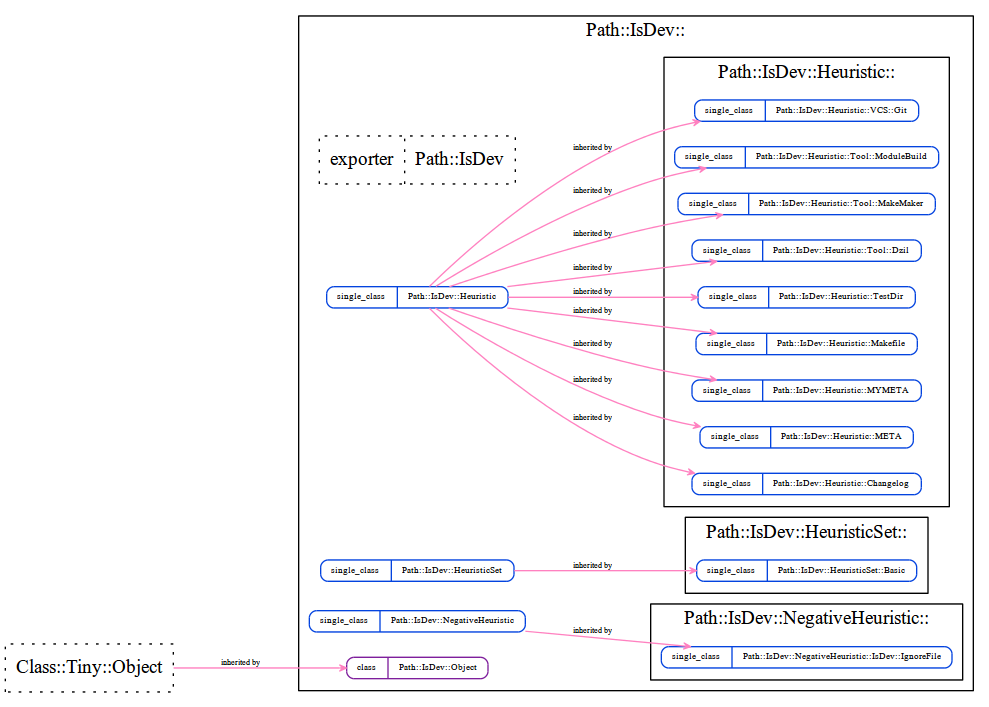
This is layout/self_structure.png from kentnl/Path-IsDev, a Graphviz export, as it was before one commit. Its source is kept beside it as layout/self_structure.dot.
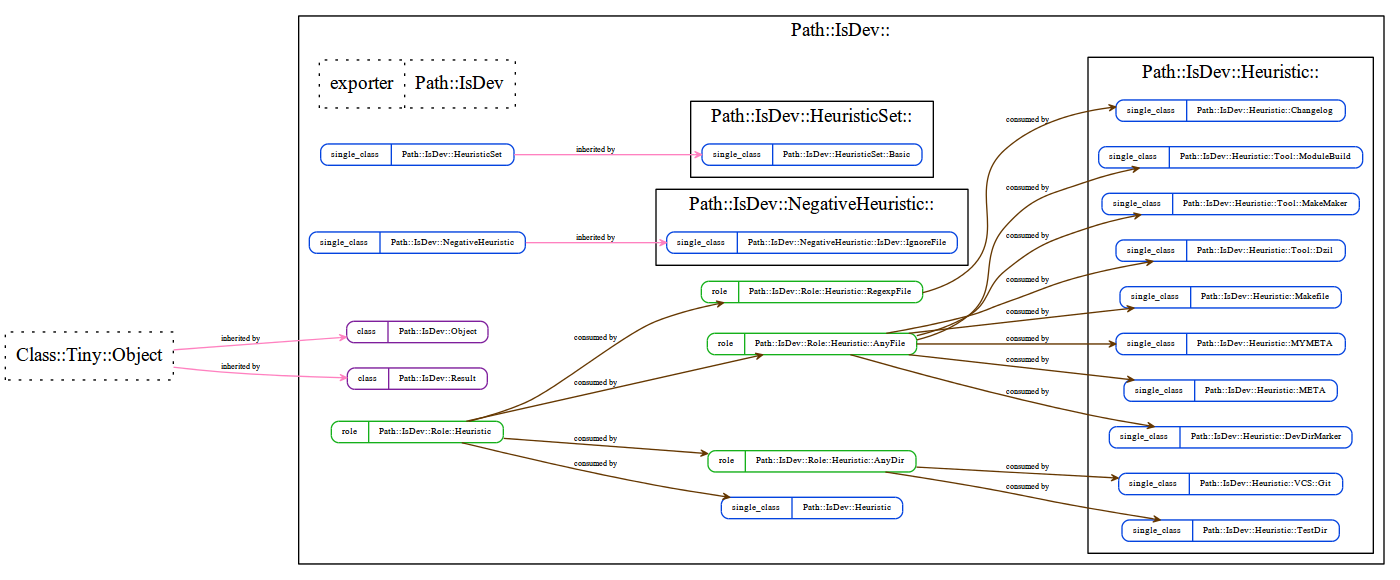
Later version of the same file.

What changed in the source:
```diff
@@ -8,6 +8,7 @@
 		subgraph cluster_2 {
 			graph [label="Path::IsDev::Heuristic::"];
 			"Path::IsDev::Heuristic::Changelog" [label="{{<port1> single_class}|<port2> Path::IsDev::Heuristic::Changelog}", shape=Mrecord, style=solid, color="#0343df", fontsize=7, height="0.1"];
+			"Path::IsDev::Heuristic::DevDirMarker" [label="{{<port1> single_class}|<port2> Path::IsDev::Heuristic::DevDirMarker}", shape=Mrecord, style=solid, color="#0343df", fontsize=7, height="0.1"];
 			"Path::IsDev::Heuristic::META" [label="{{<port1> single_class}|<port2> Path::IsDev::Heuristic::META}", shape=Mrecord, style=solid, color="#0343df", fontsize=7, height="0.1"];
 			"Path::IsDev::Heuristic::MYMETA" [label="{{<port1> single_class}|<port2> Path::IsDev::Heuristic::MYMETA}", shape=Mrecord, style=solid, color="#0343df", fontsize=7, height="0.1"];
 			"Path::IsDev::Heuristic::Makefile" [label="{{<port1> single_class}|<port2> Path::IsDev::Heuristic::Makefile}", shape=Mrecord, style=solid, color="#0343df", fontsize=7, height="0.1"];
@@ -30,18 +31,29 @@
 		"Path::IsDev::HeuristicSet" [label="{{<port1> single_class}|<port2> Path::IsDev::HeuristicSet}", shape=Mrecord, style=solid, color="#0343df", fontsize=7, height="0.1"];
 		"Path::IsDev::NegativeHeuristic" [label="{{<port1> single_class}|<port2> Path::IsDev::NegativeHeuristic}", shape=Mrecord, style=solid, color="#0343df", fontsize=7, height="0.1"];
 		"Path::IsDev::Object" [label="{{<port1> class}|<port2> Path::IsDev::Object}", shape=Mrecord, style=solid, color="#7e1e9c", fontsize=7, height="0.1"];
-		"Path::IsDev::Heuristic" -> "Path::IsDev::Heuristic::Changelog" [arrowhead=open, arrowsize="0.5", color="#ff81c0", dir=forward, fontsize=6, headclip=1, label="inherited by", samehead=head, tailclip=1, weight=10];
-		"Path::IsDev::Heuristic" -> "Path::IsDev::Heuristic::TestDir" [arrowhead=open, arrowsize="0.5", color="#ff81c0", dir=forward, fontsize=6, headclip=1, label="inherited by", samehead=head, tailclip=1, weight=10];
-		"Path::IsDev::Heuristic" -> "Path::IsDev::Heuristic::META" [arrowhead=open, arrowsize="0.5", color="#ff81c0", dir=forward, fontsize=6, headclip=1, label="inherited by", samehead=head, tailclip=1, weight=10];
-		"Path::IsDev::Heuristic" -> "Path::IsDev::Heuristic::MYMETA" [arrowhead=open, arrowsize="0.5", color="#ff81c0", dir=forward, fontsize=6, headclip=1, label="inherited by", samehead=head, tailclip=1, weight=10];
-		"Path::IsDev::Heuristic" -> "Path::IsDev::Heuristic::Makefile" [arrowhead=open, arrowsize="0.5", color="#ff81c0", dir=forward, fontsize=6, headclip=1, label="inherited by", samehead=head, tailclip=1, weight=10];
+		"Path::IsDev::Result" [label="{{<port1> class}|<port2> Path::IsDev::Result}", shape=Mrecord, style=solid, color="#7e1e9c", fontsize=7, height="0.1"];
+		"Path::IsDev::Role::Heuristic" [label="{{<port1> role}|<port2> Path::IsDev::Role::Heuristic}", shape=Mrecord, style=solid, color="#15b01a", fontsize=7, height="0.1"];
+		"Path::IsDev::Role::Heuristic::AnyDir" [label="{{<port1> role}|<port2> Path::IsDev::Role::Heuristic::AnyDir}", shape=Mrecord, style=solid, color="#15b01a", fontsize=7, height="0.1"];
+		"Path::IsDev::Role::Heuristic::AnyFile" [label="{{<port1> role}|<port2> Path::IsDev::Role::Heuristic::AnyFile}", shape=Mrecord, style=solid, color="#15b01a", fontsize=7, height="0.1"];
+		"Path::IsDev::Role::Heuristic::RegexpFile" [label="{{<port1> role}|<port2> Path::IsDev::Role::Heuristic::RegexpFile}", shape=Mrecord, style=solid, color="#15b01a", fontsize=7, height="0.1"];
+		"Path::IsDev::Role::Heuristic" -> "Path::IsDev::Heuristic" [arrowhead=open, arrowsize="0.5", color="#653700", dir=forward, fontsize=6, headclip=1, label="consumed by", samehead=head, tailclip=1, weight=5];
+		"Path::IsDev::Role::Heuristic::RegexpFile" -> "Path::IsDev::Heuristic::Changelog" [arrowhead=open, arrowsize="0.5", color="#653700", dir=forward, fontsize=6, headclip=1, label="consumed by", samehead=head, tailclip=1, weight=5];
+		"Path::IsDev::Role::Heuristic::AnyFile" -> "Path::IsDev::Heuristic::DevDirMarker" [arrowhead=open, arrowsize="0.5", color="#653700", dir=forward, fontsize=6, headclip=1, label="consumed by", samehead=head, tailclip=1, weight=5];
+		"Path::IsDev::Role::Heuristic::AnyFile" -> "Path::IsDev::Heuristic::META" [arrowhead=open, arrowsize="0.5", color="#653700", dir=forward, fontsize=6, headclip=1, label="consumed by", samehead=head, tailclip=1, weight=5];
+		"Path::IsDev::Role::Heuristic::AnyFile" -> "Path::IsDev::Heuristic::MYMETA" [arrowhead=open, arrowsize="0.5", color="#653700", dir=forward, fontsize=6, headclip=1, label="consumed by", samehead=head, tailclip=1, weight=5];
+		"Path::IsDev::Role::Heuristic::AnyFile" -> "Path::IsDev::Heuristic::Makefile" [arrowhead=open, arrowsize="0.5", color="#653700", dir=forward, fontsize=6, headclip=1, label="consumed by", samehead=head, tailclip=1, weight=5];
+		"Path::IsDev::Role::Heuristic::AnyDir" -> "Path::IsDev::Heuristic::TestDir" [arrowhead=open, arrowsize="0.5", color="#653700", dir=forward, fontsize=6, headclip=1, label="consumed by", samehead=head, tailclip=1, weight=5];
 		"Path::IsDev::HeuristicSet" -> "Path::IsDev::HeuristicSet::Basic" [arrowhead=open, arrowsize="0.5", color="#ff81c0", dir=forward, fontsize=6, headclip=1, label="inherited by", samehead=head, tailclip=1, weight=10];
-		"Path::IsDev::Heuristic" -> "Path::IsDev::Heuristic::Tool::Dzil" [arrowhead=open, arrowsize="0.5", color="#ff81c0", dir=forward, fontsize=6, headclip=1, label="inherited by", samehead=head, tailclip=1, weight=10];
-		"Path::IsDev::Heuristic" -> "Path::IsDev::Heuristic::Tool::MakeMaker" [arrowhead=open, arrowsize="0.5", color="#ff81c0", dir=forward, fontsize=6, headclip=1, label="inherited by", samehead=head, tailclip=1, weight=10];
-		"Path::IsDev::Heuristic" -> "Path::IsDev::Heuristic::Tool::ModuleBuild" [arrowhead=open, arrowsize="0.5", color="#ff81c0", dir=forward, fontsize=6, headclip=1, label="inherited by", samehead=head, tailclip=1, weight=10];
-		"Path::IsDev::Heuristic" -> "Path::IsDev::Heuristic::VCS::Git" [arrowhead=open, arrowsize="0.5", color="#ff81c0", dir=forward, fontsize=6, headclip=1, label="inherited by", samehead=head, tailclip=1, weight=10];
+		"Path::IsDev::Role::Heuristic::AnyFile" -> "Path::IsDev::Heuristic::Tool::Dzil" [arrowhead=open, arrowsize="0.5", color="#653700", dir=forward, fontsize=6, headclip=1, label="consumed by", samehead=head, tailclip=1, weight=5];
+		"Path::IsDev::Role::Heuristic::AnyFile" -> "Path::IsDev::Heuristic::Tool::MakeMaker" [arrowhead=open, arrowsize="0.5", color="#653700", dir=forward, fontsize=6, headclip=1, label="consumed by", samehead=head, tailclip=1, weight=5];
+		"Path::IsDev::Role::Heuristic::AnyFile" -> "Path::IsDev::Heuristic::Tool::ModuleBuild" [arrowhead=open, arrowsize="0.5", color="#653700", dir=forward, fontsize=6, headclip=1, label="consumed by", samehead=head, tailclip=1, weight=5];
+		"Path::IsDev::Role::Heuristic::AnyDir" -> "Path::IsDev::Heuristic::VCS::Git" [arrowhead=open, arrowsize="0.5", color="#653700", dir=forward, fontsize=6, headclip=1, label="consumed by", samehead=head, tailclip=1, weight=5];
 		"Path::IsDev::NegativeHeuristic" -> "Path::IsDev::NegativeHeuristic::IsDev::IgnoreFile" [arrowhead=open, arrowsize="0.5", color="#ff81c0", dir=forward, fontsize=6, headclip=1, label="inherited by", samehead=head, tailclip=1, weight=10];
+		"Path::IsDev::Role::Heuristic" -> "Path::IsDev::Role::Heuristic::AnyDir" [arrowhead=open, arrowsize="0.5", color="#653700", dir=forward, fontsize=6, headclip=1, label="consumed by", samehead=head, tailclip=1, weight=5];
+		"Path::IsDev::Role::Heuristic" -> "Path::IsDev::Role::Heuristic::AnyFile" [arrowhead=open, arrowsize="0.5", color="#653700", dir=forward, fontsize=6, headclip=1, label="consumed by", samehead=head, tailclip=1, weight=5];
+		"Path::IsDev::Role::Heuristic" -> "Path::IsDev::Role::Heuristic::RegexpFile" [arrowhead=open, arrowsize="0.5", color="#653700", dir=forward, fontsize=6, headclip=1, label="consumed by", samehead=head, tailclip=1, weight=5];
 	}
 	"Class::Tiny::Object" [label="<port1> Class::Tiny::Object"];
 	"Class::Tiny::Object" -> "Path::IsDev::Object" [arrowhead=open, arrowsize="0.5", color="#ff81c0", dir=forward, fontsize=6, headclip=1, label="inherited by", samehead=head, tailclip=1, weight=10];
+	"Class::Tiny::Object" -> "Path::IsDev::Result" [arrowhead=open, arrowsize="0.5", color="#ff81c0", dir=forward, fontsize=6, headclip=1, label="inherited by", samehead=head, tailclip=1, weight=10];
 }
```
